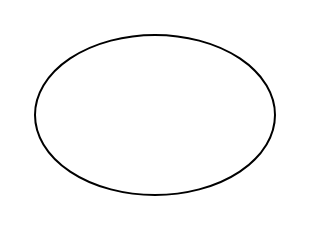
Before: 流程图文件/未命名绘图.drawio in woshiduanli/Study, a draw.io diagram. Source tidied: cells renumbered, new cells numbered last; positions are measured from the earlier drawing's top-left corner, leaving out a move shared by most shapes. Both pictures are drawn from the tidied source at 200%, with x=0, y=0 at pixel (34, 34).
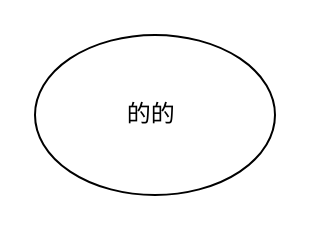
The same diagram, later.

Commit message:
更新未命名绘图.drawio

The edit, as a diff of the source:
```diff
@@
 <mxGraphModel>
   <root>
     <mxCell id="0" />
     <mxCell id="1" parent="0" />
-    <mxCell id="2" style="ellipse;whiteSpace=wrap;html=1;" parent="1" vertex="1">
+    <mxCell id="2" value="的的&amp;nbsp;" style="ellipse;whiteSpace=wrap;html=1;" parent="1" vertex="1">
       <mxGeometry width="120" height="80" as="geometry" />
     </mxCell>
   </root>
 </mxGraphModel>
```
